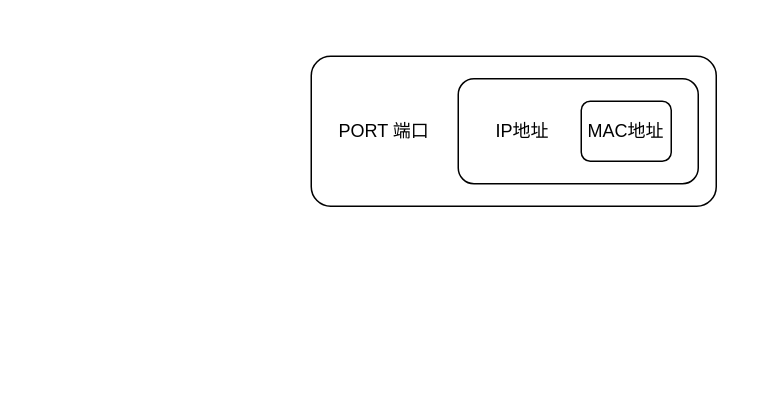
Earlier version of the draw.io diagram network/负载均衡.drawio (LanSeTianYe/draw). Source tidied: cells renumbered, new cells numbered last; positions are measured from the earlier drawing's top-left corner, leaving out a move shared by most shapes. Both pictures are drawn from the tidied source at 150%, with x=0, y=0 at pixel (310, 56).
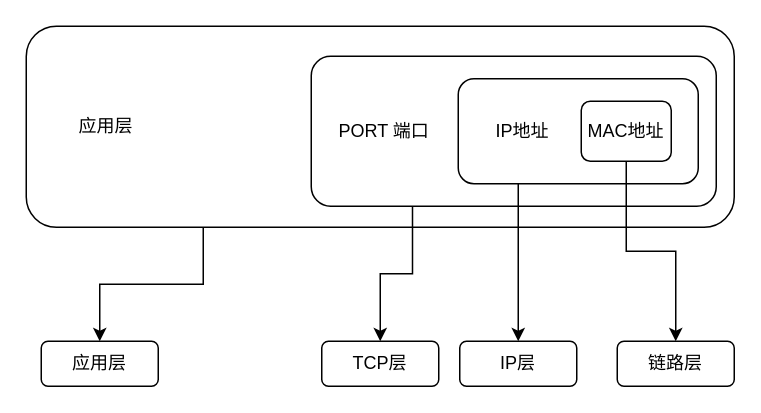
Above is the later version.

Commit message (it also covers changes not shown here):
更新负载均衡.drawio

The edit, as a diff of the source:
```diff
@@
 <mxGraphModel>
   <root>
     <mxCell id="0" />
     <mxCell id="1" parent="0" />
+    <mxCell id="5" style="edgeStyle=orthogonalEdgeStyle;rounded=0;jettySize=auto;html=1;exitX=0.25;exitY=1;exitDx=0;exitDy=0;entryX=0.5;entryY=0;entryDx=0;entryDy=0;" parent="1" edge="1" source="6" target="13">
+      <mxGeometry relative="1" as="geometry" />
+    </mxCell>
+    <mxCell id="6" value="&amp;nbsp; &amp;nbsp; &amp;nbsp; &amp;nbsp; &amp;nbsp; 应用层" style="rounded=1;whiteSpace=wrap;html=1;align=left;" parent="1" vertex="1">
+      <mxGeometry x="-190" y="-20" width="472" height="134" as="geometry" />
+    </mxCell>
+    <mxCell id="7" style="edgeStyle=orthogonalEdgeStyle;rounded=0;jettySize=auto;html=1;exitX=0.25;exitY=1;exitDx=0;exitDy=0;entryX=0.5;entryY=0;entryDx=0;entryDy=0;" parent="1" edge="1" source="2" target="12">
+      <mxGeometry relative="1" as="geometry" />
+    </mxCell>
     <mxCell id="2" value="&amp;nbsp; &amp;nbsp; &amp;nbsp;PORT 端口" style="rounded=1;whiteSpace=wrap;html=1;arcSize=13;align=left;" parent="1" vertex="1">
       <mxGeometry width="270" height="100" as="geometry" />
     </mxCell>
+    <mxCell id="8" style="edgeStyle=orthogonalEdgeStyle;rounded=0;jettySize=auto;html=1;exitX=0.25;exitY=1;exitDx=0;exitDy=0;entryX=0.5;entryY=0;entryDx=0;entryDy=0;" parent="1" edge="1" source="3" target="11">
+      <mxGeometry relative="1" as="geometry" />
+    </mxCell>
     <mxCell id="3" value="&amp;nbsp; &amp;nbsp; &amp;nbsp; &amp;nbsp;IP地址" style="rounded=1;whiteSpace=wrap;html=1;align=left;" parent="1" vertex="1">
       <mxGeometry x="98" y="15" width="160" height="70" as="geometry" />
     </mxCell>
+    <mxCell id="9" style="edgeStyle=orthogonalEdgeStyle;rounded=0;jettySize=auto;html=1;exitX=0.5;exitY=1;exitDx=0;exitDy=0;" parent="1" edge="1" source="4" target="10">
+      <mxGeometry relative="1" as="geometry" />
+    </mxCell>
     <mxCell id="4" value="MAC地址" style="rounded=1;whiteSpace=wrap;html=1;" parent="1" vertex="1">
       <mxGeometry x="180" y="30" width="60" height="40" as="geometry" />
     </mxCell>
+    <mxCell id="10" value="链路层" style="rounded=1;whiteSpace=wrap;html=1;" parent="1" vertex="1">
+      <mxGeometry x="204" y="190" width="78" height="30" as="geometry" />
+    </mxCell>
+    <mxCell id="11" value="IP层" style="rounded=1;whiteSpace=wrap;html=1;" parent="1" vertex="1">
+      <mxGeometry x="99" y="190" width="78" height="30" as="geometry" />
+    </mxCell>
+    <mxCell id="12" value="TCP层" style="rounded=1;whiteSpace=wrap;html=1;" parent="1" vertex="1">
+      <mxGeometry x="7" y="190" width="78" height="30" as="geometry" />
+    </mxCell>
+    <mxCell id="13" value="应用层" style="rounded=1;whiteSpace=wrap;html=1;" parent="1" vertex="1">
+      <mxGeometry x="-180" y="190" width="78" height="30" as="geometry" />
+    </mxCell>
   </root>
 </mxGraphModel>
```
